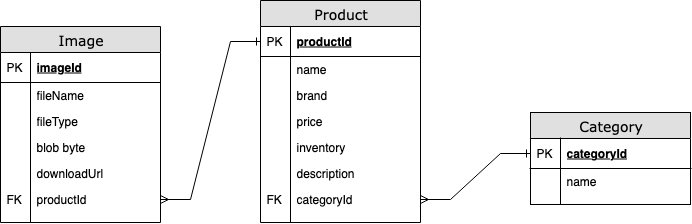
This is screenshots/shopping-cart-erd.drawio.png from tgoldenphoenix/ShoppingCart-SpringBoot, a draw.io export, as it was before one commit. Source tidied: cells renumbered, new cells last; positions are measured from the earlier drawing's top-left corner, leaving out a move shared by most shapes.
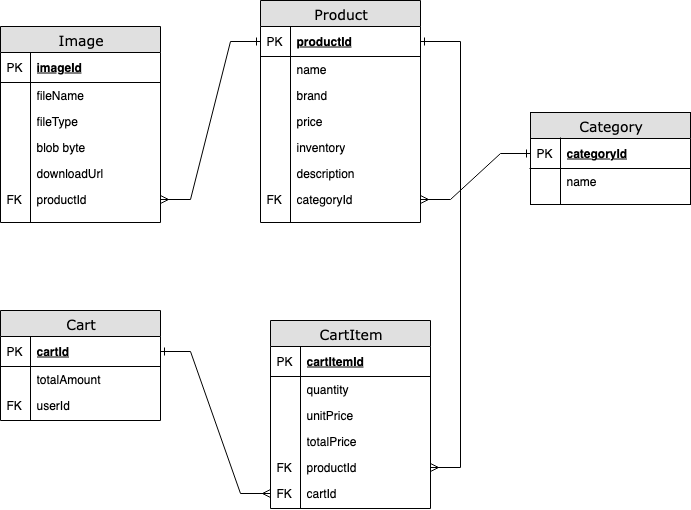
Later version of the same file.

Commit message:
add Cart Service

Diff of the diagram source:
```diff
@@ -130,5 +130,83 @@
     <mxCell id="42" style="edgeStyle=entityRelationEdgeStyle;fontSize=12;html=1;endArrow=ERone;startArrow=ERmany;rounded=0;endFill=0;" parent="1" edge="1" source="37" target="10">
       <mxGeometry relative="1" as="geometry" />
     </mxCell>
+    <mxCell id="43" value="Cart" style="swimlane;html=1;fontStyle=0;horizontal=1;startSize=26;fillColor=#e0e0e0;swimlaneFillColor=#ffffff;align=center;rounded=0;shadow=0;comic=0;labelBackgroundColor=none;strokeWidth=1;fontFamily=Verdana;fontSize=14;" parent="1" vertex="1">
+      <mxGeometry y="310" width="160" height="110" as="geometry" />
+    </mxCell>
+    <mxCell id="44" value="cartId" style="shape=partialRectangle;top=0;left=0;right=0;bottom=1;html=1;align=left;verticalAlign=middle;fillColor=none;spacingLeft=34;spacingRight=4;whiteSpace=wrap;overflow=hidden;points=[[0,0.5],[1,0.5]];portConstraint=eastwest;fontStyle=5;" parent="43" vertex="1">
+      <mxGeometry y="26" width="160" height="30" as="geometry" />
+    </mxCell>
+    <mxCell id="45" value="PK" style="shape=partialRectangle;top=0;left=0;bottom=0;html=1;fillColor=none;align=left;verticalAlign=middle;spacingLeft=4;spacingRight=4;whiteSpace=wrap;overflow=hidden;" parent="44" vertex="1">
+      <mxGeometry width="30" height="30" as="geometry" />
+    </mxCell>
+    <mxCell id="46" value="totalAmount" style="shape=partialRectangle;top=0;left=0;right=0;bottom=0;html=1;align=left;verticalAlign=top;fillColor=none;spacingLeft=34;spacingRight=4;whiteSpace=wrap;overflow=hidden;" parent="43" vertex="1">
+      <mxGeometry y="56" width="160" height="26" as="geometry" />
+    </mxCell>
+    <mxCell id="47" style="shape=partialRectangle;top=0;left=0;bottom=0;html=1;fillColor=none;align=left;verticalAlign=top;spacingLeft=4;spacingRight=4;whiteSpace=wrap;overflow=hidden;" parent="46" vertex="1">
+      <mxGeometry width="30" height="26" as="geometry" />
+    </mxCell>
+    <mxCell id="48" value="userId" style="shape=partialRectangle;top=0;left=0;right=0;bottom=0;html=1;align=left;verticalAlign=top;fillColor=none;spacingLeft=34;spacingRight=4;whiteSpace=wrap;overflow=hidden;" parent="43" vertex="1">
+      <mxGeometry y="82" width="160" height="26" as="geometry" />
+    </mxCell>
+    <mxCell id="49" value="FK" style="shape=partialRectangle;top=0;left=0;bottom=0;html=1;fillColor=none;align=left;verticalAlign=top;spacingLeft=4;spacingRight=4;whiteSpace=wrap;overflow=hidden;" parent="48" vertex="1">
+      <mxGeometry width="30" height="26" as="geometry" />
+    </mxCell>
+    <mxCell id="50" style="shape=partialRectangle;top=0;left=0;right=0;bottom=0;html=1;align=left;verticalAlign=top;fillColor=none;spacingLeft=34;spacingRight=4;whiteSpace=wrap;overflow=hidden;" parent="43" vertex="1">
+      <mxGeometry y="108" width="160" height="2" as="geometry" />
+    </mxCell>
+    <mxCell id="51" style="shape=partialRectangle;top=0;left=0;bottom=0;html=1;fillColor=none;align=left;verticalAlign=top;spacingLeft=4;spacingRight=4;whiteSpace=wrap;overflow=hidden;" parent="50" vertex="1">
+      <mxGeometry width="30" height="2" as="geometry" />
+    </mxCell>
+    <mxCell id="52" value="CartItem" style="swimlane;html=1;fontStyle=0;horizontal=1;startSize=26;fillColor=#e0e0e0;swimlaneFillColor=#ffffff;align=center;rounded=0;shadow=0;comic=0;labelBackgroundColor=none;strokeWidth=1;fontFamily=Verdana;fontSize=14;" parent="1" vertex="1">
+      <mxGeometry x="270" y="320" width="160" height="188" as="geometry" />
+    </mxCell>
+    <mxCell id="53" value="cartItemId" style="shape=partialRectangle;top=0;left=0;right=0;bottom=1;html=1;align=left;verticalAlign=middle;fillColor=none;spacingLeft=34;spacingRight=4;whiteSpace=wrap;overflow=hidden;fontStyle=5;" parent="52" vertex="1">
+      <mxGeometry y="26" width="160" height="30" as="geometry" />
+    </mxCell>
+    <mxCell id="54" value="PK" style="shape=partialRectangle;top=0;left=0;bottom=0;html=1;fillColor=none;align=left;verticalAlign=middle;spacingLeft=4;spacingRight=4;whiteSpace=wrap;overflow=hidden;" parent="53" vertex="1">
+      <mxGeometry width="30" height="30" as="geometry" />
+    </mxCell>
+    <mxCell id="55" value="quantity" style="shape=partialRectangle;top=0;left=0;right=0;bottom=0;html=1;align=left;verticalAlign=top;fillColor=none;spacingLeft=34;spacingRight=4;whiteSpace=wrap;overflow=hidden;" parent="52" vertex="1">
+      <mxGeometry y="56" width="160" height="26" as="geometry" />
+    </mxCell>
+    <mxCell id="56" style="shape=partialRectangle;top=0;left=0;bottom=0;html=1;fillColor=none;align=left;verticalAlign=top;spacingLeft=4;spacingRight=4;whiteSpace=wrap;overflow=hidden;" parent="55" vertex="1">
+      <mxGeometry width="30" height="26" as="geometry" />
+    </mxCell>
+    <mxCell id="57" value="unitPrice" style="shape=partialRectangle;top=0;left=0;right=0;bottom=0;html=1;align=left;verticalAlign=top;fillColor=none;spacingLeft=34;spacingRight=4;whiteSpace=wrap;overflow=hidden;" parent="52" vertex="1">
+      <mxGeometry y="82" width="160" height="26" as="geometry" />
+    </mxCell>
+    <mxCell id="58" style="shape=partialRectangle;top=0;left=0;bottom=0;html=1;fillColor=none;align=left;verticalAlign=top;spacingLeft=4;spacingRight=4;whiteSpace=wrap;overflow=hidden;" parent="57" vertex="1">
+      <mxGeometry width="30" height="26" as="geometry" />
+    </mxCell>
+    <mxCell id="59" value="totalPrice" style="shape=partialRectangle;top=0;left=0;right=0;bottom=0;html=1;align=left;verticalAlign=top;fillColor=none;spacingLeft=34;spacingRight=4;whiteSpace=wrap;overflow=hidden;" parent="52" vertex="1">
+      <mxGeometry y="108" width="160" height="26" as="geometry" />
+    </mxCell>
+    <mxCell id="60" style="shape=partialRectangle;top=0;left=0;bottom=0;html=1;fillColor=none;align=left;verticalAlign=top;spacingLeft=4;spacingRight=4;whiteSpace=wrap;overflow=hidden;" parent="59" vertex="1">
+      <mxGeometry width="30" height="26" as="geometry" />
+    </mxCell>
+    <mxCell id="61" value="productId" style="shape=partialRectangle;top=0;left=0;right=0;bottom=0;html=1;align=left;verticalAlign=top;fillColor=none;spacingLeft=34;spacingRight=4;whiteSpace=wrap;overflow=hidden;points=[[0,0.5],[1,0.5]];portConstraint=eastwest;" parent="52" vertex="1">
+      <mxGeometry y="134" width="160" height="26" as="geometry" />
+    </mxCell>
+    <mxCell id="62" value="FK" style="shape=partialRectangle;top=0;left=0;bottom=0;html=1;fillColor=none;align=left;verticalAlign=top;spacingLeft=4;spacingRight=4;whiteSpace=wrap;overflow=hidden;" parent="61" vertex="1">
+      <mxGeometry width="30" height="26" as="geometry" />
+    </mxCell>
+    <mxCell id="63" value="cartId" style="shape=partialRectangle;top=0;left=0;right=0;bottom=0;html=1;align=left;verticalAlign=top;fillColor=none;spacingLeft=34;spacingRight=4;whiteSpace=wrap;overflow=hidden;points=[[0,0.5],[1,0.5]];portConstraint=eastwest;" parent="52" vertex="1">
+      <mxGeometry y="160" width="160" height="26" as="geometry" />
+    </mxCell>
+    <mxCell id="64" value="FK" style="shape=partialRectangle;top=0;left=0;bottom=0;html=1;fillColor=none;align=left;verticalAlign=top;spacingLeft=4;spacingRight=4;whiteSpace=wrap;overflow=hidden;" parent="63" vertex="1">
+      <mxGeometry width="30" height="26" as="geometry" />
+    </mxCell>
+    <mxCell id="65" style="shape=partialRectangle;top=0;left=0;right=0;bottom=0;html=1;align=left;verticalAlign=top;fillColor=none;spacingLeft=34;spacingRight=4;whiteSpace=wrap;overflow=hidden;" parent="52" vertex="1">
+      <mxGeometry y="186" width="160" height="2" as="geometry" />
+    </mxCell>
+    <mxCell id="66" style="shape=partialRectangle;top=0;left=0;bottom=0;html=1;fillColor=none;align=left;verticalAlign=top;spacingLeft=4;spacingRight=4;whiteSpace=wrap;overflow=hidden;" parent="65" vertex="1">
+      <mxGeometry width="30" height="2" as="geometry" />
+    </mxCell>
+    <mxCell id="67" style="edgeStyle=entityRelationEdgeStyle;fontSize=12;html=1;endArrow=ERone;startArrow=ERmany;rounded=0;endFill=0;" parent="1" edge="1" source="63" target="44">
+      <mxGeometry relative="1" as="geometry" />
+    </mxCell>
+    <mxCell id="68" style="edgeStyle=entityRelationEdgeStyle;fontSize=12;html=1;endArrow=ERone;startArrow=ERmany;rounded=0;endFill=0;" parent="1" edge="1" source="61" target="10">
+      <mxGeometry relative="1" as="geometry" />
+    </mxCell>
   </root>
 </mxGraphModel>
```
